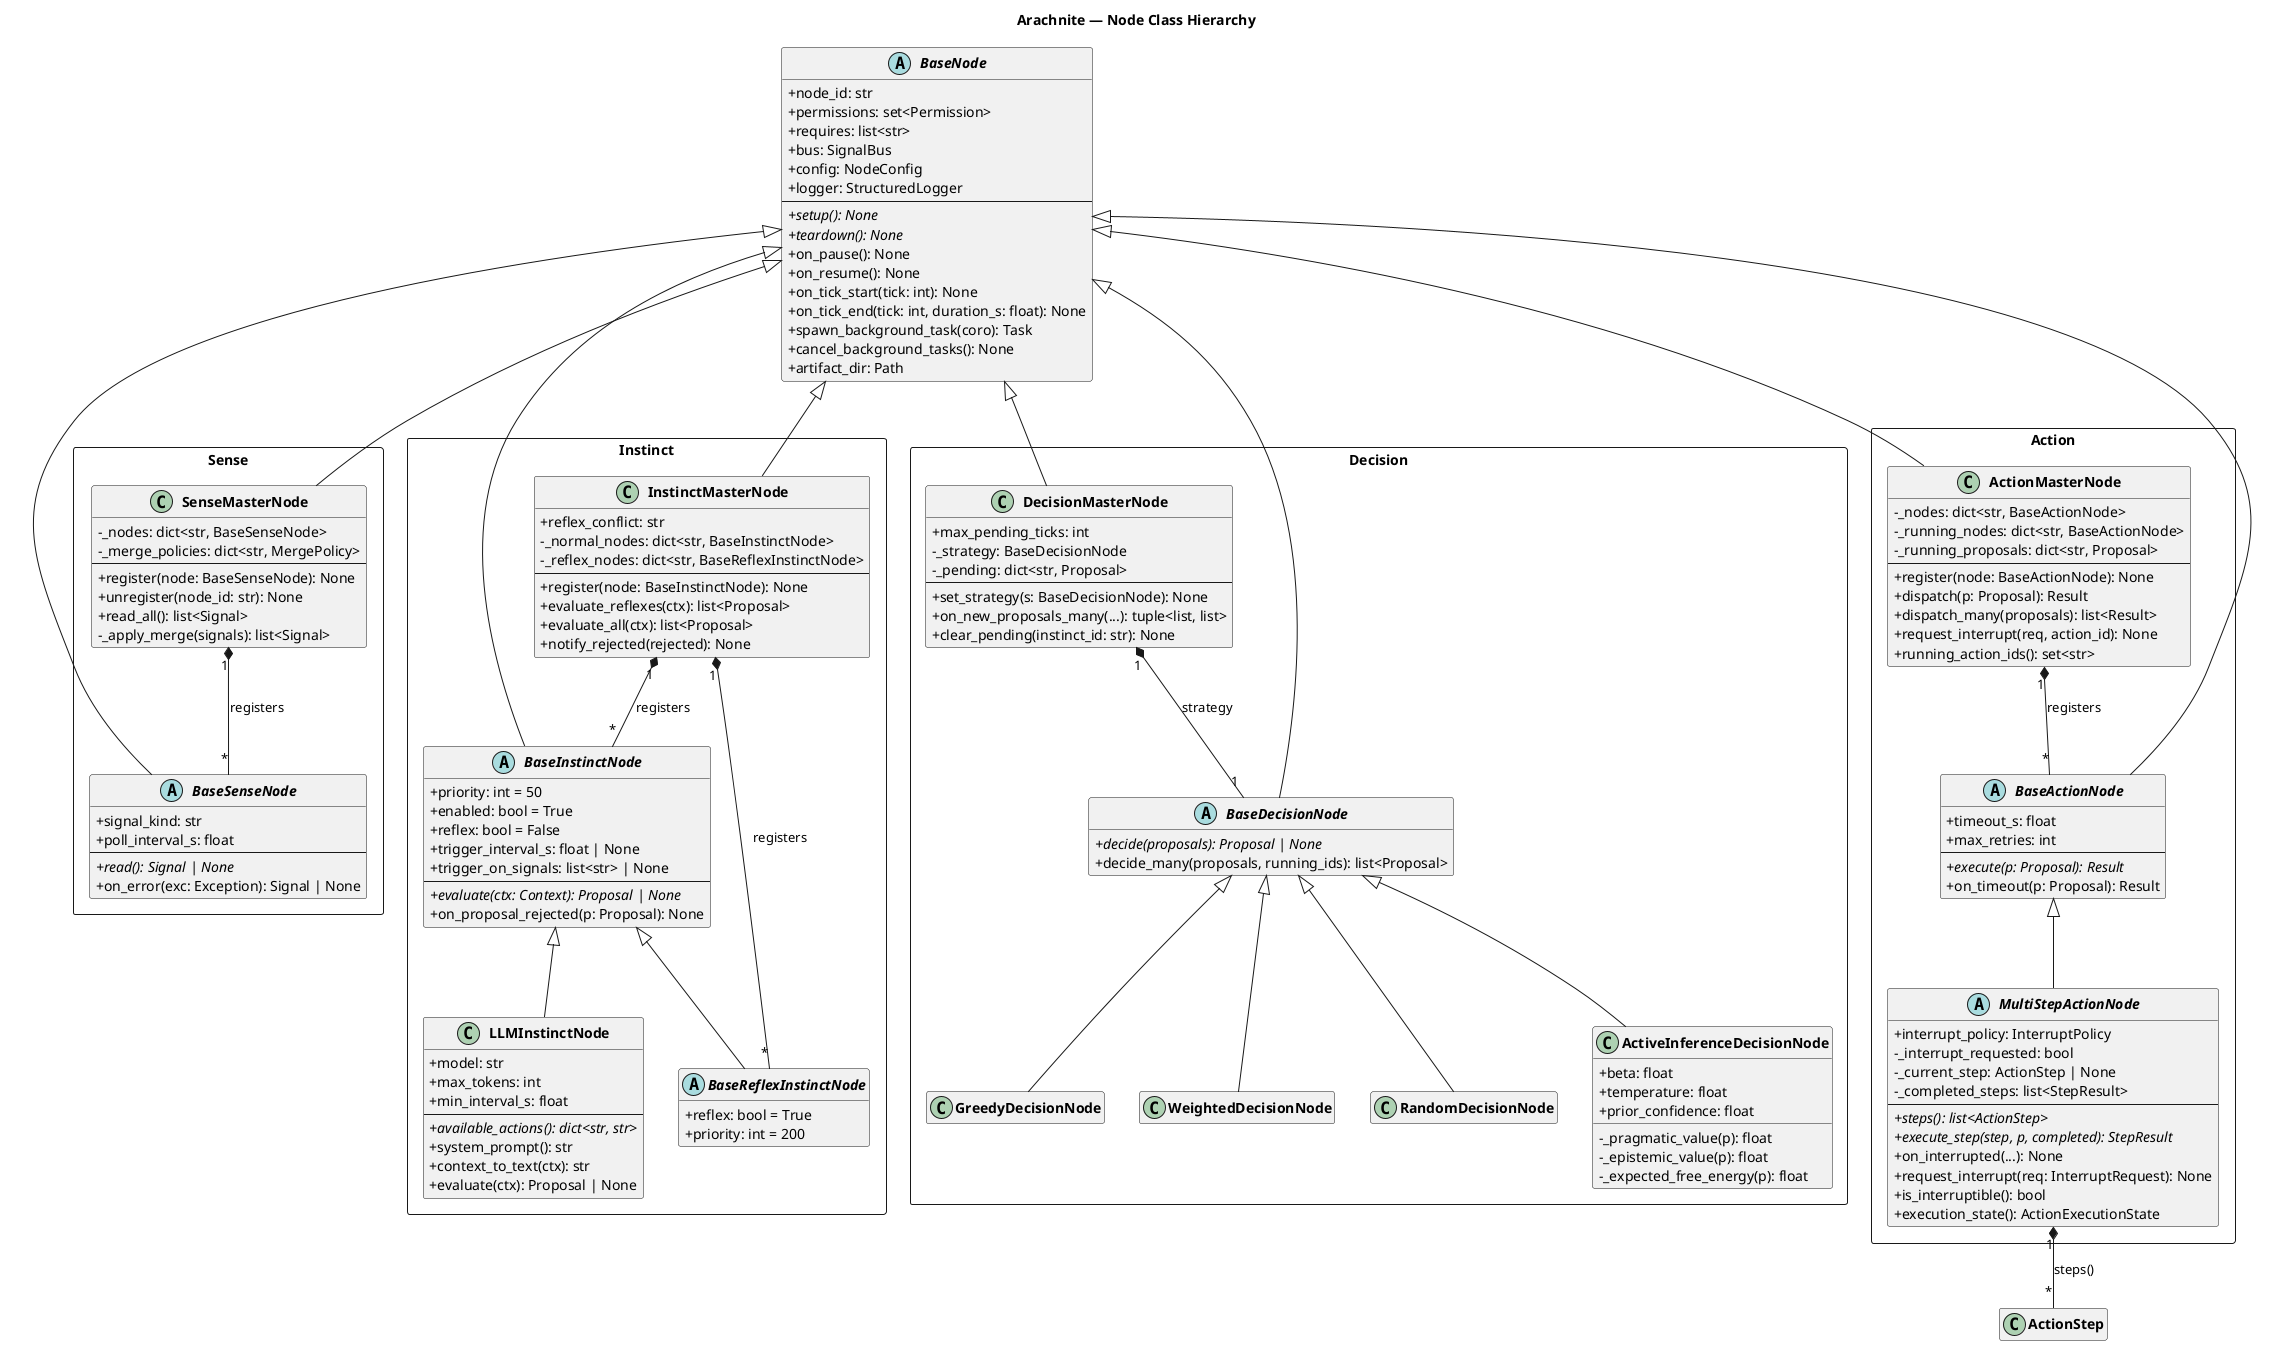
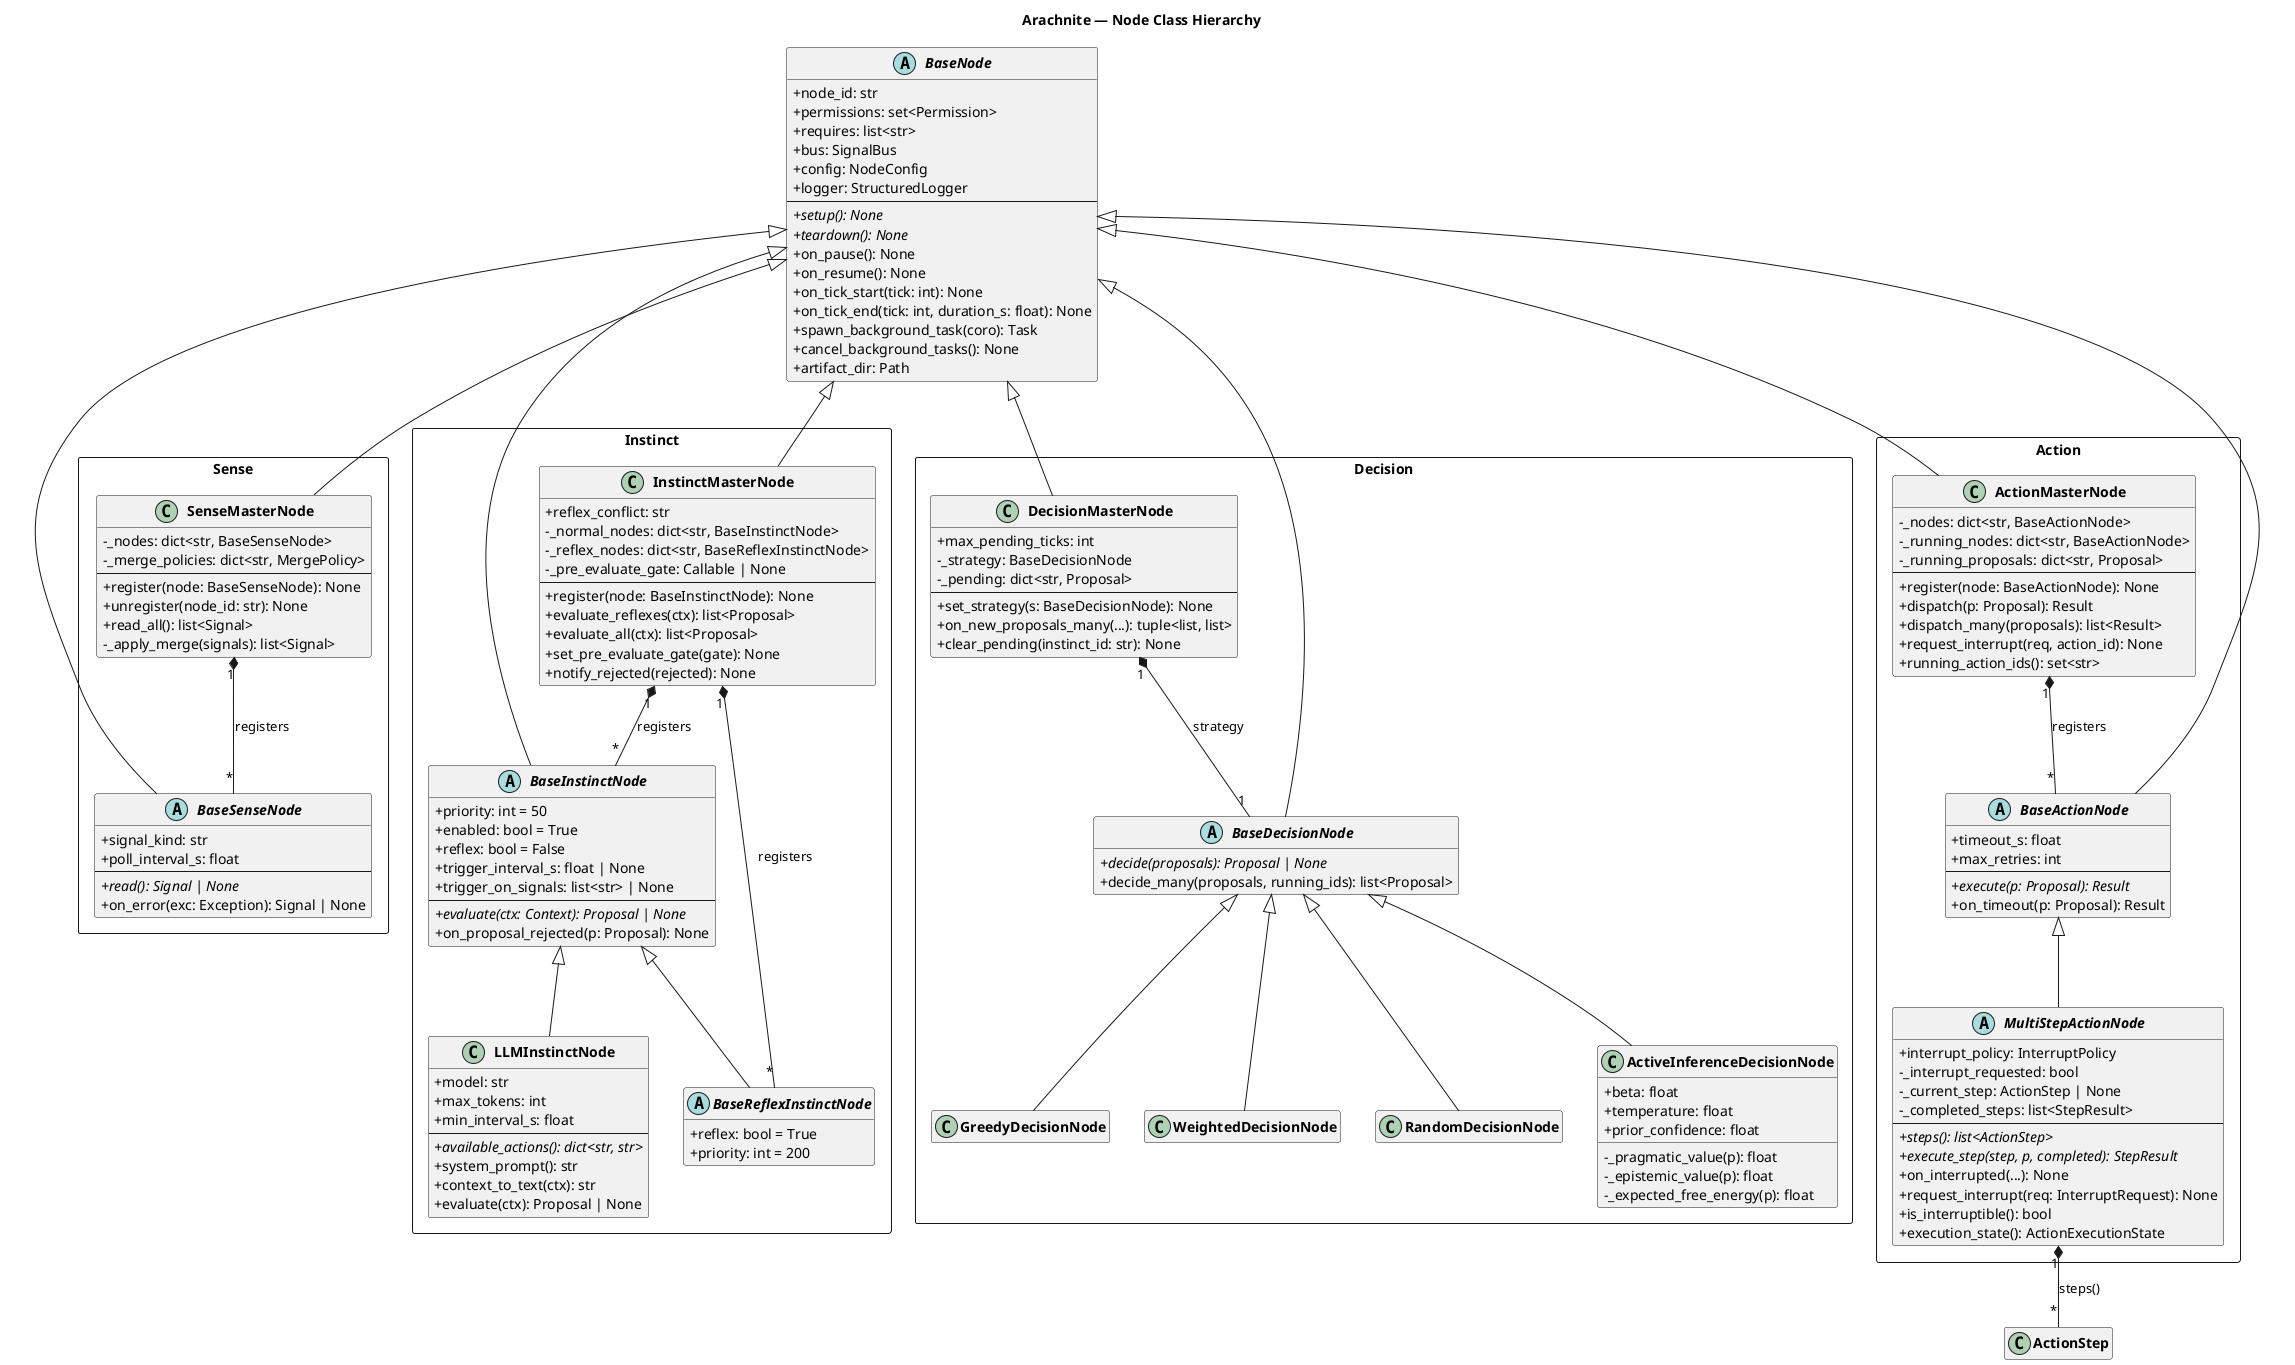
@startuml node_hierarchy
title Arachnite — Node Class Hierarchy

skinparam classAttributeIconSize 0
skinparam classFontStyle bold
skinparam packageStyle rectangle
hide empty members

abstract class BaseNode {
  + node_id: str
  + permissions: set<Permission>
  + requires: list<str>
  + bus: SignalBus
  + config: NodeConfig
  + logger: StructuredLogger
  --
  + {abstract} setup(): None
  + {abstract} teardown(): None
  + on_pause(): None
  + on_resume(): None
  + on_tick_start(tick: int): None
  + on_tick_end(tick: int, duration_s: float): None
  + spawn_background_task(coro): Task
  + cancel_background_tasks(): None
  + artifact_dir: Path
}

' ── Sense layer ──────────────────────────────────────────────
package "Sense" <<Rectangle>> {
  abstract class BaseSenseNode {
    + signal_kind: str
    + poll_interval_s: float
    --
    + {abstract} read(): Signal | None
    + on_error(exc: Exception): Signal | None
  }

  class SenseMasterNode {
    - _nodes: dict<str, BaseSenseNode>
    - _merge_policies: dict<str, MergePolicy>
    --
    + register(node: BaseSenseNode): None
    + unregister(node_id: str): None
    + read_all(): list<Signal>
    - _apply_merge(signals): list<Signal>
  }
}

' ── Instinct layer ───────────────────────────────────────────
package "Instinct" <<Rectangle>> {
  abstract class BaseInstinctNode {
    + priority: int = 50
    + enabled: bool = True
    + reflex: bool = False
    + trigger_interval_s: float | None
    + trigger_on_signals: list<str> | None
    --
    + {abstract} evaluate(ctx: Context): Proposal | None
    + on_proposal_rejected(p: Proposal): None
  }

  abstract class BaseReflexInstinctNode {
    + reflex: bool = True
    + priority: int = 200
  }

  class LLMInstinctNode {
    + model: str
    + max_tokens: int
    + min_interval_s: float
    --
    + {abstract} available_actions(): dict<str, str>
    + system_prompt(): str
    + context_to_text(ctx): str
    + evaluate(ctx): Proposal | None
  }

  class InstinctMasterNode {
    + reflex_conflict: str
    - _normal_nodes: dict<str, BaseInstinctNode>
    - _reflex_nodes: dict<str, BaseReflexInstinctNode>
+     - _pre_evaluate_gate: Callable | None
    --
    + register(node: BaseInstinctNode): None
    + evaluate_reflexes(ctx): list<Proposal>
    + evaluate_all(ctx): list<Proposal>
+     + set_pre_evaluate_gate(gate): None
    + notify_rejected(rejected): None
  }
}

' ── Decision layer ───────────────────────────────────────────
package "Decision" <<Rectangle>> {
  abstract class BaseDecisionNode {
    + {abstract} decide(proposals): Proposal | None
    + decide_many(proposals, running_ids): list<Proposal>
  }

  class GreedyDecisionNode
  class WeightedDecisionNode
  class RandomDecisionNode
  class ActiveInferenceDecisionNode {
    + beta: float
    + temperature: float
    + prior_confidence: float
    - _pragmatic_value(p): float
    - _epistemic_value(p): float
    - _expected_free_energy(p): float
  }

  class DecisionMasterNode {
    + max_pending_ticks: int
    - _strategy: BaseDecisionNode
    - _pending: dict<str, Proposal>
    --
    + set_strategy(s: BaseDecisionNode): None
    + on_new_proposals_many(...): tuple<list, list>
    + clear_pending(instinct_id: str): None
  }
}

' ── Action layer ─────────────────────────────────────────────
package "Action" <<Rectangle>> {
  abstract class BaseActionNode {
    + timeout_s: float
    + max_retries: int
    --
    + {abstract} execute(p: Proposal): Result
    + on_timeout(p: Proposal): Result
  }

  abstract class MultiStepActionNode {
    + interrupt_policy: InterruptPolicy
    - _interrupt_requested: bool
    - _current_step: ActionStep | None
    - _completed_steps: list<StepResult>
    --
    + {abstract} steps(): list<ActionStep>
    + {abstract} execute_step(step, p, completed): StepResult
    + on_interrupted(...): None
    + request_interrupt(req: InterruptRequest): None
    + is_interruptible(): bool
    + execution_state(): ActionExecutionState
  }

  class ActionMasterNode {
    - _nodes: dict<str, BaseActionNode>
    - _running_nodes: dict<str, BaseActionNode>
    - _running_proposals: dict<str, Proposal>
    --
    + register(node: BaseActionNode): None
    + dispatch(p: Proposal): Result
    + dispatch_many(proposals): list<Result>
    + request_interrupt(req, action_id): None
    + running_action_ids(): set<str>
  }
}

' ── Inheritance ──────────────────────────────────────────────
BaseNode <|-- BaseSenseNode
BaseNode <|-- BaseInstinctNode
BaseNode <|-- BaseDecisionNode
BaseNode <|-- BaseActionNode
BaseNode <|-- SenseMasterNode
BaseNode <|-- InstinctMasterNode
BaseNode <|-- DecisionMasterNode
BaseNode <|-- ActionMasterNode

BaseInstinctNode    <|-- BaseReflexInstinctNode
BaseInstinctNode    <|-- LLMInstinctNode
BaseDecisionNode    <|-- GreedyDecisionNode
BaseDecisionNode    <|-- WeightedDecisionNode
BaseDecisionNode    <|-- RandomDecisionNode
BaseDecisionNode    <|-- ActiveInferenceDecisionNode
BaseActionNode      <|-- MultiStepActionNode

' ── Composition ──────────────────────────────────────────────
SenseMasterNode    "1" *-- "*" BaseSenseNode      : registers
InstinctMasterNode "1" *-- "*" BaseInstinctNode   : registers
InstinctMasterNode "1" *-- "*" BaseReflexInstinctNode : registers
DecisionMasterNode "1" *-- "1" BaseDecisionNode   : strategy
ActionMasterNode   "1" *-- "*" BaseActionNode     : registers
MultiStepActionNode "1" *-- "*" ActionStep        : steps()

@enduml
